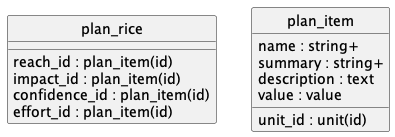
Before: doc/concepts/plan_rice/uml.png, a diagram exported from PlantUML (contactopensource/contactopensource).
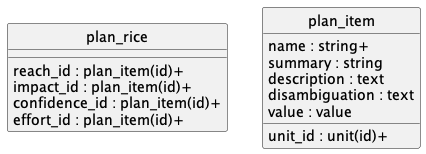
Later version of the same file.

Change to the diagram source:
```diff
@@ -4,17 +4,18 @@
 hide circle
 
 entity plan_rice {
-  reach_id : plan_item(id)
-  impact_id : plan_item(id)
-  confidence_id : plan_item(id)
-  effort_id : plan_item(id)
+  reach_id : plan_item(id)+
+  impact_id : plan_item(id)+
+  confidence_id : plan_item(id)+
+  effort_id : plan_item(id)+
 }
 
 entity plan_item {
   name : string+
-  summary : string+
+  summary : string
   description : text
-  unit_id : unit(id)
+  disambiguation : text
+  unit_id : unit(id)+
   value : value
 }
 
```
